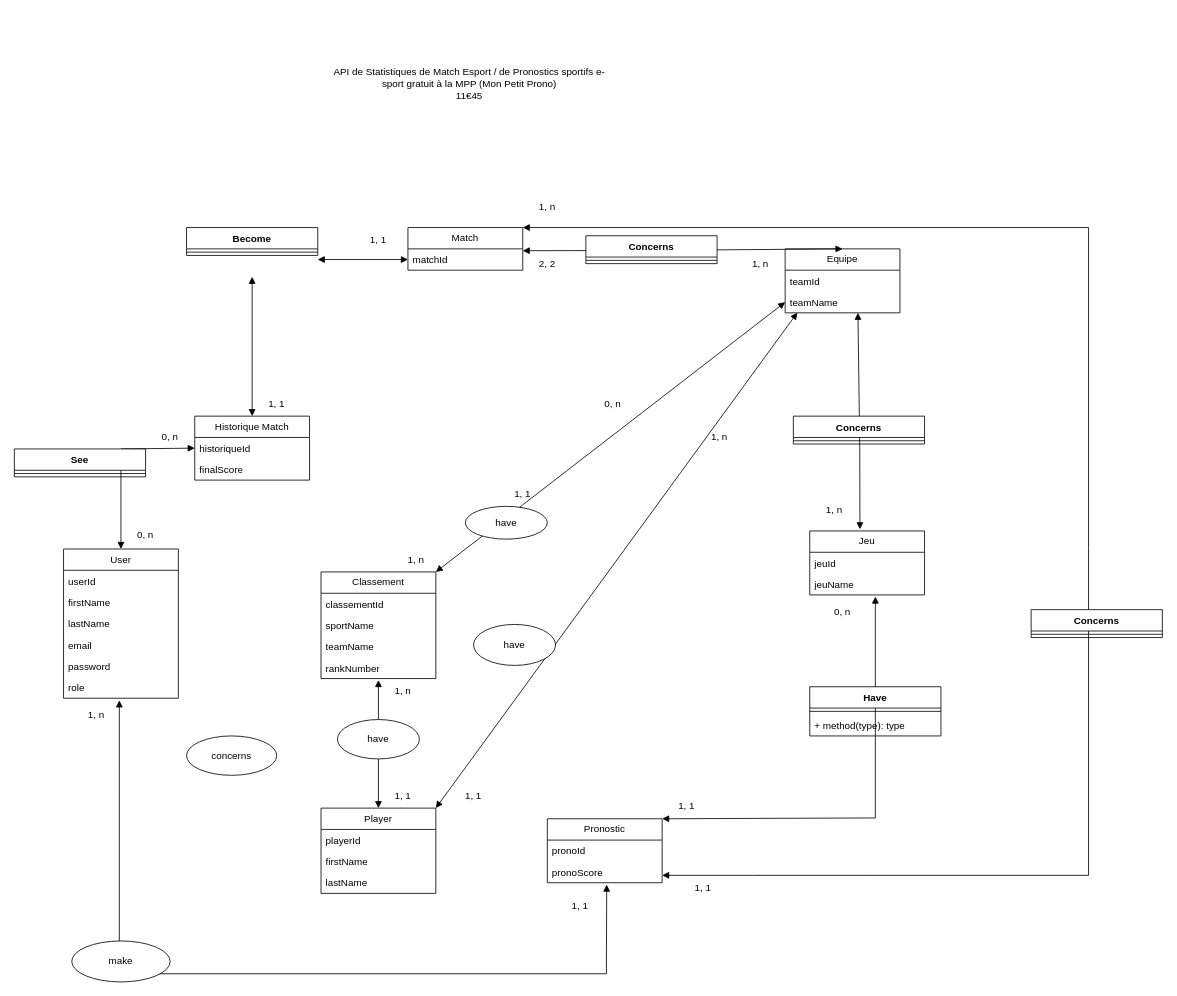
Earlier version of the draw.io diagram api/MCD API Statistiques Matchs Esport.drawio (Evan-Duval/Langage-PHP). Source tidied: cells renumbered, new cells numbered last; positions are measured from the earlier drawing's top-left corner, leaving out a move shared by most shapes. Both pictures are drawn from the tidied source at 82%, with x=0, y=0 at pixel (14, 14).
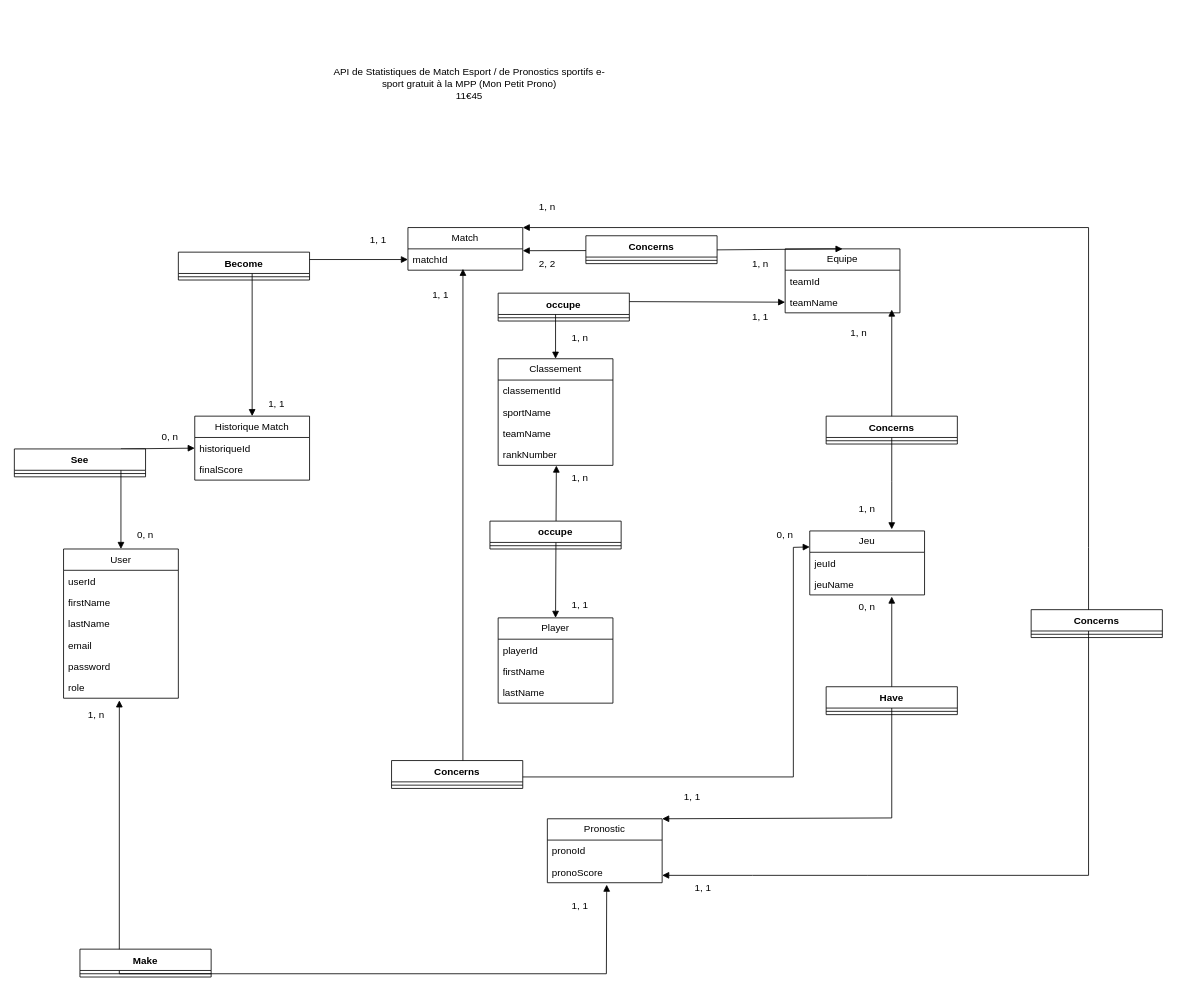
The same diagram, later.

Commit message (it also covers changes not shown here):
Mettre à jour MCD API Statistiques Matchs Esport.drawio

The change refers to these unchanged cells:
```xml
<mxCell id="10" value="Historique Match" style="swimlane;fontStyle=0;horizontal=1;startSize=26;fillColor=none;whiteSpace=wrap;html=1;" parent="1" vertex="1">
  <mxGeometry x="220" y="490" width="140" height="78" as="geometry" />
</mxCell>
<mxCell id="17" value="rankNumber" style="text;strokeColor=none;fillColor=none;align=left;verticalAlign=top;spacingLeft=4;spacingRight=4;overflow=hidden;points=[[0,0.5],[1,0.5]];portConstraint=eastwest;whiteSpace=wrap;html=1;" parent="13" vertex="1">
  <mxGeometry y="104" width="140" height="26" as="geometry" />
</mxCell>
<mxCell id="18" value="Jeu" style="swimlane;fontStyle=0;horizontal=1;startSize=26;fillColor=none;whiteSpace=wrap;html=1;" parent="1" vertex="1">
  <mxGeometry x="970" y="630" width="140" height="78" as="geometry" />
</mxCell>
<mxCell id="23" value="teamName" style="text;strokeColor=none;fillColor=none;align=left;verticalAlign=top;spacingLeft=4;spacingRight=4;overflow=hidden;points=[[0,0.5],[1,0.5]];portConstraint=eastwest;whiteSpace=wrap;html=1;" parent="21" vertex="1">
  <mxGeometry y="52" width="140" height="26" as="geometry" />
</mxCell>
<mxCell id="28" value="Pronostic" style="swimlane;fontStyle=0;horizontal=1;startSize=26;fillColor=none;whiteSpace=wrap;html=1;" parent="1" vertex="1">
  <mxGeometry x="650" y="981" width="140" height="78" as="geometry" />
</mxCell>
<mxCell id="32" value="matchId" style="text;strokeColor=none;fillColor=none;align=left;verticalAlign=top;spacingLeft=4;spacingRight=4;overflow=hidden;points=[[0,0.5],[1,0.5]];portConstraint=eastwest;whiteSpace=wrap;html=1;" parent="31" vertex="1">
  <mxGeometry y="26" width="140" height="26" as="geometry" />
</mxCell>
```

Change to the diagram source:
```diff
@@
     <mxCell id="13" value="Classement" style="swimlane;fontStyle=0;horizontal=1;startSize=26;fillColor=none;whiteSpace=wrap;html=1;" parent="1" vertex="1">
-      <mxGeometry x="374" y="680" width="140" height="130" as="geometry" />
+      <mxGeometry x="590" y="420" width="140" height="130" as="geometry" />
     </mxCell>
@@
     <mxCell id="24" value="Player" style="swimlane;fontStyle=0;horizontal=1;startSize=26;fillColor=none;whiteSpace=wrap;html=1;" parent="1" vertex="1">
-      <mxGeometry x="374" y="968" width="140" height="104" as="geometry" />
+      <mxGeometry x="590" y="736" width="140" height="104" as="geometry" />
     </mxCell>
@@
-    <mxCell id="33" style="endArrow=block;startArrow=block;endFill=1;startFill=1;html=1;rounded=0;exitX=0.634;exitY=0.998;exitDx=0;exitDy=0;entryX=0.437;entryY=-0.026;entryDx=0;entryDy=0;entryPerimeter=0;exitPerimeter=0;" parent="1" edge="1" source="23" target="18">
+    <mxCell id="33" style="endArrow=block;startArrow=block;endFill=1;startFill=1;html=1;rounded=0;" parent="1" edge="1">
       <mxGeometry relative="1" as="geometry">
+        <mxPoint x="1070" y="360" as="sourcePoint" />
+        <mxPoint x="1070" y="628" as="targetPoint" />
         <Array as="points">
-          <mxPoint x="1031" y="530" />
+          <mxPoint x="1070" y="570" />
         </Array>
       </mxGeometry>
     </mxCell>
@@
-    <mxCell id="36" style="endArrow=block;startArrow=block;endFill=1;startFill=1;html=1;rounded=0;" parent="1" edge="1">
+    <mxCell id="36" style="endArrow=block;startArrow=block;endFill=1;startFill=1;html=1;rounded=0;entryX=1;entryY=0;entryDx=0;entryDy=0;" parent="1" edge="1" target="28">
       <mxGeometry relative="1" as="geometry">
-        <mxPoint x="1050" y="710" as="sourcePoint" />
-        <mxPoint x="790" y="981" as="targetPoint" />
+        <mxPoint x="1070" y="710" as="sourcePoint" />
         <Array as="points">
-          <mxPoint x="1050" y="980" />
+          <mxPoint x="1070" y="980" />
         </Array>
       </mxGeometry>
     </mxCell>
-    <mxCell id="37" style="endArrow=block;startArrow=block;endFill=1;startFill=1;html=1;rounded=0;entryX=1;entryY=0;entryDx=0;entryDy=0;exitX=0;exitY=0.5;exitDx=0;exitDy=0;" parent="1" edge="1" source="23" target="13">
-      <mxGeometry relative="1" as="geometry" />
-    </mxCell>
-    <mxCell id="38" value="have" style="ellipse;whiteSpace=wrap;html=1;" parent="1" vertex="1">
-      <mxGeometry x="550" y="600" width="100" height="40" as="geometry" />
-    </mxCell>
-    <mxCell id="39" style="endArrow=block;startArrow=block;endFill=1;startFill=1;html=1;rounded=0;entryX=1;entryY=0;entryDx=0;entryDy=0;exitX=0.106;exitY=0.992;exitDx=0;exitDy=0;exitPerimeter=0;" parent="1" edge="1" source="23" target="24">
-      <mxGeometry relative="1" as="geometry" />
-    </mxCell>
-    <mxCell id="40" value="have" style="ellipse;whiteSpace=wrap;html=1;" parent="1" vertex="1">
-      <mxGeometry x="560" y="744" width="100" height="50" as="geometry" />
-    </mxCell>
-    <mxCell id="41" style="endArrow=block;startArrow=block;endFill=1;startFill=1;html=1;rounded=0;entryX=0.5;entryY=0;entryDx=0;entryDy=0;exitX=0.5;exitY=1.069;exitDx=0;exitDy=0;exitPerimeter=0;" parent="1" edge="1" source="17" target="24">
-      <mxGeometry relative="1" as="geometry" />
-    </mxCell>
-    <mxCell id="42" value="have" style="ellipse;whiteSpace=wrap;html=1;" parent="1" vertex="1">
-      <mxGeometry x="394" y="860" width="100" height="48" as="geometry" />
-    </mxCell>
@@
-    <mxCell id="44" value="make" style="ellipse;whiteSpace=wrap;html=1;" parent="1" vertex="1">
-      <mxGeometry x="70" y="1130" width="120" height="50" as="geometry" />
-    </mxCell>
@@
-    <mxCell id="46" value="concerns" style="ellipse;whiteSpace=wrap;html=1;" parent="1" vertex="1">
-      <mxGeometry x="210" y="880" width="110" height="48" as="geometry" />
-    </mxCell>
@@
     <mxCell id="49" value="1, 1" style="text;html=1;align=center;verticalAlign=middle;whiteSpace=wrap;rounded=0;" parent="1" vertex="1">
-      <mxGeometry x="790" y="951" width="60" height="30" as="geometry" />
+      <mxGeometry x="797" y="940" width="60" height="30" as="geometry" />
     </mxCell>
     <mxCell id="50" value="0, n" style="text;html=1;align=center;verticalAlign=middle;whiteSpace=wrap;rounded=0;" parent="1" vertex="1">
-      <mxGeometry x="980" y="714" width="60" height="30" as="geometry" />
+      <mxGeometry x="1010" y="708" width="60" height="30" as="geometry" />
     </mxCell>
     <mxCell id="51" value="1, n" style="text;html=1;align=center;verticalAlign=middle;whiteSpace=wrap;rounded=0;" parent="1" vertex="1">
-      <mxGeometry x="970" y="590" width="60" height="30" as="geometry" />
+      <mxGeometry x="1010" y="588" width="60" height="30" as="geometry" />
     </mxCell>
-    <mxCell id="52" value="1, n" style="text;html=1;align=center;verticalAlign=middle;whiteSpace=wrap;rounded=0;" parent="1" vertex="1">
-      <mxGeometry x="830" y="500" width="60" height="30" as="geometry" />
-    </mxCell>
-    <mxCell id="53" value="0, n" style="text;html=1;align=center;verticalAlign=middle;whiteSpace=wrap;rounded=0;" parent="1" vertex="1">
-      <mxGeometry x="700" y="460" width="60" height="30" as="geometry" />
-    </mxCell>
@@
-    <mxCell id="61" value="1, 1" style="text;html=1;align=center;verticalAlign=middle;whiteSpace=wrap;rounded=0;" parent="1" vertex="1">
-      <mxGeometry x="530" y="938" width="60" height="30" as="geometry" />
-    </mxCell>
@@
-    <mxCell id="63" value="1, 1" style="text;html=1;align=center;verticalAlign=middle;whiteSpace=wrap;rounded=0;" parent="1" vertex="1">
-      <mxGeometry x="590" y="570" width="60" height="30" as="geometry" />
-    </mxCell>
-    <mxCell id="64" value="1, n" style="text;html=1;align=center;verticalAlign=middle;whiteSpace=wrap;rounded=0;" parent="1" vertex="1">
-      <mxGeometry x="460" y="650" width="60" height="30" as="geometry" />
-    </mxCell>
-    <mxCell id="65" value="1, 1" style="text;html=1;align=center;verticalAlign=middle;whiteSpace=wrap;rounded=0;" parent="1" vertex="1">
-      <mxGeometry x="444" y="938" width="60" height="30" as="geometry" />
-    </mxCell>
-    <mxCell id="66" value="1, n" style="text;html=1;align=center;verticalAlign=middle;whiteSpace=wrap;rounded=0;" parent="1" vertex="1">
-      <mxGeometry x="444" y="810" width="60" height="30" as="geometry" />
-    </mxCell>
-    <mxCell id="67" value="Become" style="swimlane;fontStyle=1;align=center;verticalAlign=top;horizontal=1;startSize=26;whiteSpace=wrap;html=1;" parent="1" vertex="1">
-      <mxGeometry x="210" y="260" width="160" height="34" as="geometry" />
-    </mxCell>
-    <mxCell id="68" style="line;strokeWidth=1;fillColor=none;align=left;verticalAlign=middle;spacingTop=-1;spacingLeft=3;spacingRight=3;labelPosition=right;strokeColor=inherit;" parent="67" vertex="1">
-      <mxGeometry y="26" width="160" height="8" as="geometry" />
-    </mxCell>
-    <mxCell id="69" style="endArrow=block;startArrow=block;endFill=1;startFill=1;html=1;rounded=0;entryX=0;entryY=0.5;entryDx=0;entryDy=0;" parent="1" edge="1" target="32">
+    <mxCell id="69" style="endArrow=block;startArrow=block;endFill=1;startFill=1;html=1;rounded=0;entryX=0;entryY=0.5;entryDx=0;entryDy=0;exitX=0.5;exitY=0;exitDx=0;exitDy=0;" parent="1" edge="1" source="10" target="32">
       <mxGeometry relative="1" as="geometry">
-        <mxPoint x="370" y="299" as="sourcePoint" />
+        <Array as="points">
+          <mxPoint x="290" y="299" />
+        </Array>
       </mxGeometry>
     </mxCell>
-    <mxCell id="70" style="endArrow=block;startArrow=block;endFill=1;startFill=1;html=1;rounded=0;entryX=0.5;entryY=0;entryDx=0;entryDy=0;" parent="1" edge="1" target="10">
-      <mxGeometry relative="1" as="geometry">
-        <mxPoint x="290" y="320" as="sourcePoint" />
-      </mxGeometry>
-    </mxCell>
@@
     <mxCell id="73" value="Concerns" style="swimlane;fontStyle=1;align=center;verticalAlign=top;horizontal=1;startSize=26;whiteSpace=wrap;html=1;" parent="1" vertex="1">
-      <mxGeometry x="950" y="490" width="160" height="34" as="geometry" />
+      <mxGeometry x="990" y="490" width="160" height="34" as="geometry" />
     </mxCell>
@@
     <mxCell id="75" value="Have" style="swimlane;fontStyle=1;align=center;verticalAlign=top;horizontal=1;startSize=26;whiteSpace=wrap;html=1;" parent="1" vertex="1">
-      <mxGeometry x="970" y="820" width="160" height="60" as="geometry" />
+      <mxGeometry x="990" y="820" width="160" height="34" as="geometry" />
     </mxCell>
@@
-    <mxCell id="77" value="+ method(type): type" style="text;strokeColor=none;fillColor=none;align=left;verticalAlign=top;spacingLeft=4;spacingRight=4;overflow=hidden;whiteSpace=wrap;html=1;" parent="75" vertex="1">
-      <mxGeometry y="34" width="160" height="26" as="geometry" />
-    </mxCell>
@@
+    <mxCell id="82" value="Make" style="swimlane;fontStyle=1;align=center;verticalAlign=top;horizontal=1;startSize=26;whiteSpace=wrap;html=1;" parent="1" vertex="1">
+      <mxGeometry x="80" y="1140" width="160" height="34" as="geometry" />
+    </mxCell>
+    <mxCell id="83" style="line;strokeWidth=1;fillColor=none;align=left;verticalAlign=middle;spacingTop=-1;spacingLeft=3;spacingRight=3;labelPosition=right;strokeColor=inherit;" parent="82" vertex="1">
+      <mxGeometry y="26" width="160" height="8" as="geometry" />
+    </mxCell>
+    <mxCell id="67" value="Become" style="swimlane;fontStyle=1;align=center;verticalAlign=top;horizontal=1;startSize=26;whiteSpace=wrap;html=1;" parent="1" vertex="1">
+      <mxGeometry x="200" y="290" width="160" height="34" as="geometry" />
+    </mxCell>
+    <mxCell id="84" style="line;strokeWidth=1;fillColor=none;align=left;verticalAlign=middle;spacingTop=-1;spacingLeft=3;spacingRight=3;labelPosition=right;strokeColor=inherit;" parent="67" vertex="1">
+      <mxGeometry y="26" width="160" height="8" as="geometry" />
+    </mxCell>
+    <mxCell id="41" style="endArrow=block;startArrow=block;endFill=1;startFill=1;html=1;rounded=0;exitX=0.507;exitY=1.011;exitDx=0;exitDy=0;entryX=0.5;entryY=0;entryDx=0;entryDy=0;exitPerimeter=0;" parent="1" edge="1" source="17" target="24">
+      <mxGeometry relative="1" as="geometry" />
+    </mxCell>
+    <mxCell id="85" value="occupe" style="swimlane;fontStyle=1;align=center;verticalAlign=top;horizontal=1;startSize=26;whiteSpace=wrap;html=1;" parent="1" vertex="1">
+      <mxGeometry x="580" y="618" width="160" height="34" as="geometry" />
+    </mxCell>
+    <mxCell id="86" style="line;strokeWidth=1;fillColor=none;align=left;verticalAlign=middle;spacingTop=-1;spacingLeft=3;spacingRight=3;labelPosition=right;strokeColor=inherit;" parent="85" vertex="1">
+      <mxGeometry y="26" width="160" height="8" as="geometry" />
+    </mxCell>
+    <mxCell id="37" style="endArrow=block;startArrow=block;endFill=1;startFill=1;html=1;rounded=0;exitX=0;exitY=0.5;exitDx=0;exitDy=0;entryX=0.5;entryY=0;entryDx=0;entryDy=0;" parent="1" edge="1" source="23" target="13">
+      <mxGeometry relative="1" as="geometry">
+        <Array as="points">
+          <mxPoint x="660" y="350" />
+        </Array>
+      </mxGeometry>
+    </mxCell>
+    <mxCell id="87" value="occupe" style="swimlane;fontStyle=1;align=center;verticalAlign=top;horizontal=1;startSize=26;whiteSpace=wrap;html=1;" parent="1" vertex="1">
+      <mxGeometry x="590" y="340" width="160" height="34" as="geometry" />
+    </mxCell>
+    <mxCell id="88" style="line;strokeWidth=1;fillColor=none;align=left;verticalAlign=middle;spacingTop=-1;spacingLeft=3;spacingRight=3;labelPosition=right;strokeColor=inherit;" parent="87" vertex="1">
+      <mxGeometry y="26" width="160" height="8" as="geometry" />
+    </mxCell>
+    <mxCell id="89" value="1, 1" style="text;html=1;align=center;verticalAlign=middle;whiteSpace=wrap;rounded=0;" parent="1" vertex="1">
+      <mxGeometry x="880" y="356" width="60" height="26" as="geometry" />
+    </mxCell>
+    <mxCell id="90" value="1, 1" style="text;html=1;align=center;verticalAlign=middle;whiteSpace=wrap;rounded=0;" parent="1" vertex="1">
+      <mxGeometry x="660" y="706" width="60" height="30" as="geometry" />
+    </mxCell>
+    <mxCell id="91" value="1, n" style="text;html=1;align=center;verticalAlign=middle;whiteSpace=wrap;rounded=0;" parent="1" vertex="1">
+      <mxGeometry x="660" y="550" width="60" height="30" as="geometry" />
+    </mxCell>
+    <mxCell id="92" value="1, n" style="text;html=1;align=center;verticalAlign=middle;whiteSpace=wrap;rounded=0;" parent="1" vertex="1">
+      <mxGeometry x="665" y="380" width="50" height="30" as="geometry" />
+    </mxCell>
+    <mxCell id="93" style="endArrow=block;startArrow=block;endFill=1;startFill=1;html=1;rounded=0;exitX=0.479;exitY=0.934;exitDx=0;exitDy=0;entryX=0;entryY=0.25;entryDx=0;entryDy=0;exitPerimeter=0;" parent="1" edge="1" source="32" target="18">
+      <mxGeometry relative="1" as="geometry">
+        <Array as="points">
+          <mxPoint x="547" y="930" />
+          <mxPoint x="950" y="930" />
+          <mxPoint x="950" y="650" />
+        </Array>
+      </mxGeometry>
+    </mxCell>
+    <mxCell id="94" value="1, n" style="text;html=1;align=center;verticalAlign=middle;whiteSpace=wrap;rounded=0;" parent="1" vertex="1">
+      <mxGeometry x="1000" y="374" width="60" height="30" as="geometry" />
+    </mxCell>
+    <mxCell id="95" value="Concerns" style="swimlane;fontStyle=1;align=center;verticalAlign=top;horizontal=1;startSize=26;whiteSpace=wrap;html=1;" parent="1" vertex="1">
+      <mxGeometry x="460" y="910" width="160" height="34" as="geometry" />
+    </mxCell>
+    <mxCell id="96" style="line;strokeWidth=1;fillColor=none;align=left;verticalAlign=middle;spacingTop=-1;spacingLeft=3;spacingRight=3;labelPosition=right;strokeColor=inherit;" parent="95" vertex="1">
+      <mxGeometry y="26" width="160" height="8" as="geometry" />
+    </mxCell>
+    <mxCell id="53" value="0, n" style="text;html=1;align=center;verticalAlign=middle;whiteSpace=wrap;rounded=0;" parent="1" vertex="1">
+      <mxGeometry x="910" y="622" width="60" height="26" as="geometry" />
+    </mxCell>
+    <mxCell id="97" value="1, 1" style="text;html=1;align=center;verticalAlign=middle;whiteSpace=wrap;rounded=0;" parent="1" vertex="1">
+      <mxGeometry x="490" y="330" width="60" height="26" as="geometry" />
+    </mxCell>
```
